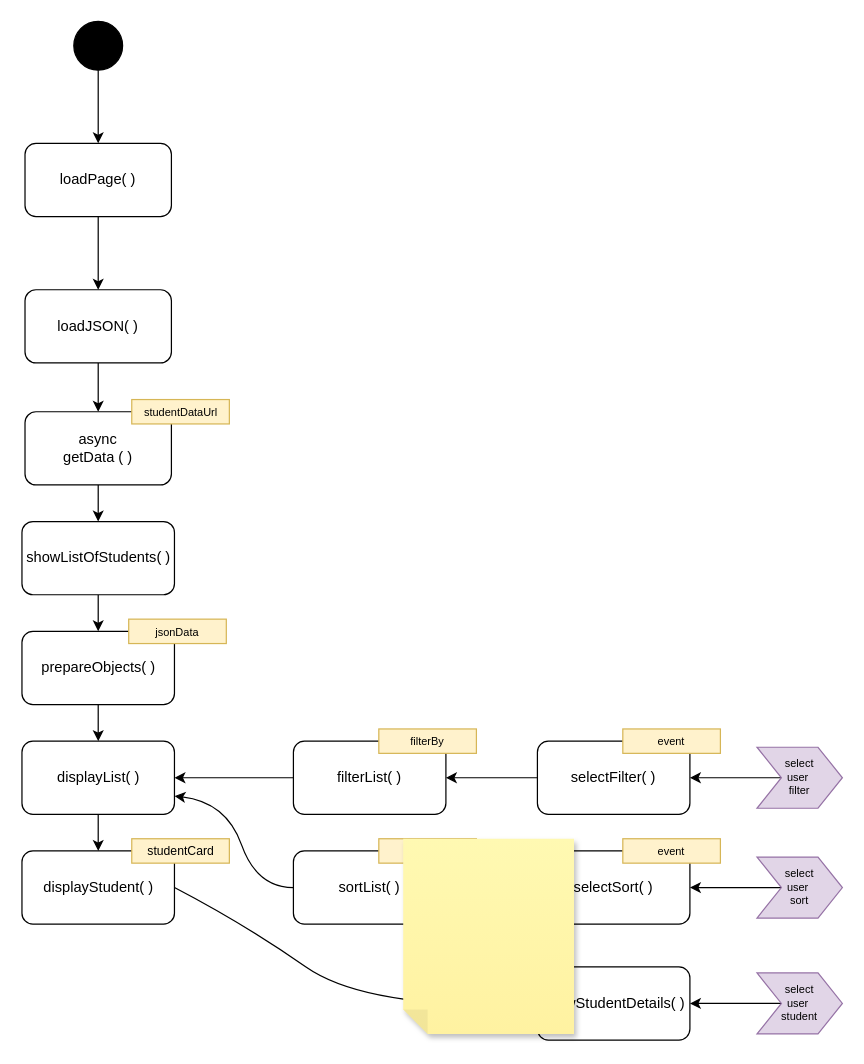
Above: diagram_hacked_hogwarts_student_list.drawio in TheFred94/hacked_hogwarts_student_list (draw.io), before the change. Source tidied: cells renumbered, new cells numbered last; positions are measured from the earlier drawing's top-left corner, leaving out a move shared by most shapes. Both pictures are drawn from the tidied source at 122%, with x=0, y=0 at pixel (22, 21).
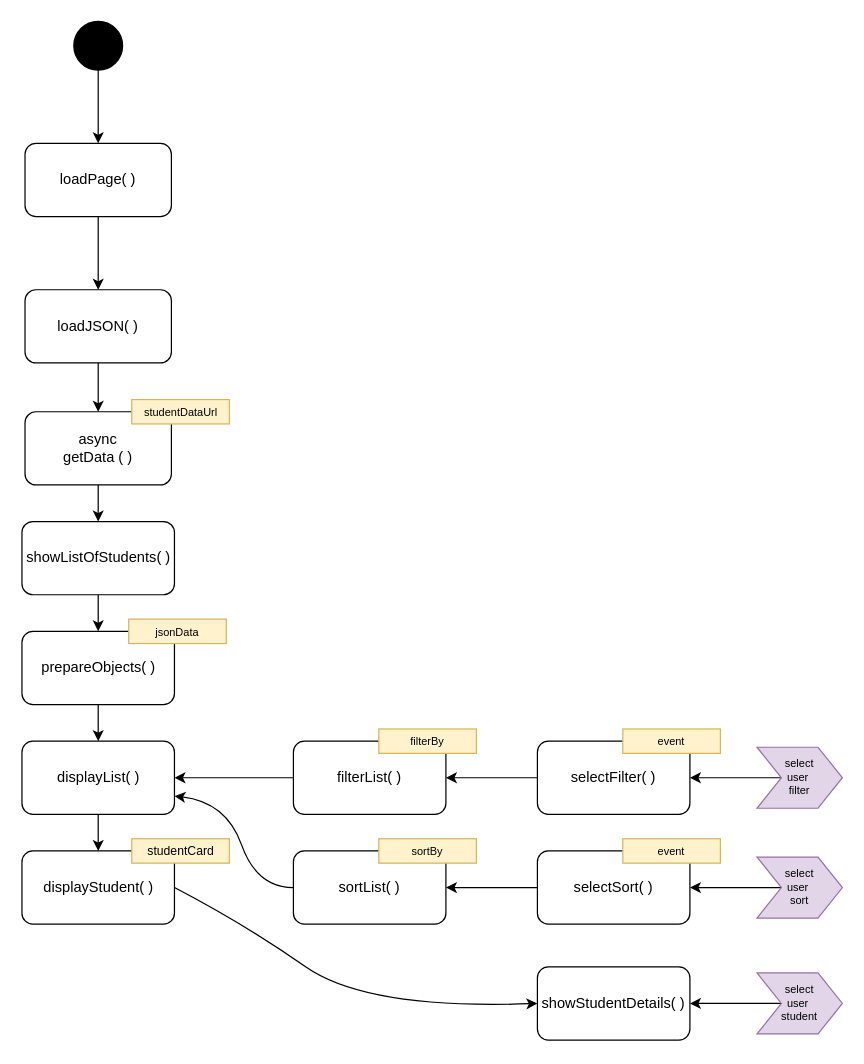
The same diagram, later.

Commit message (it also covers changes not shown here):
changes to diagram for assigning prefect

The edit, as a diff of the source:
```diff
@@
-    <mxCell id="40" style="shape=note;whiteSpace=wrap;html=1;backgroundOutline=1;fontColor=#000000;darkOpacity=0.05;fillColor=#FFF9B2;strokeColor=none;fillStyle=solid;direction=west;gradientDirection=north;gradientColor=#FFF2A1;shadow=1;size=20;" parent="1" vertex="1">
-      <mxGeometry x="312" y="670" width="140" height="160" as="geometry" />
-    </mxCell>
```
